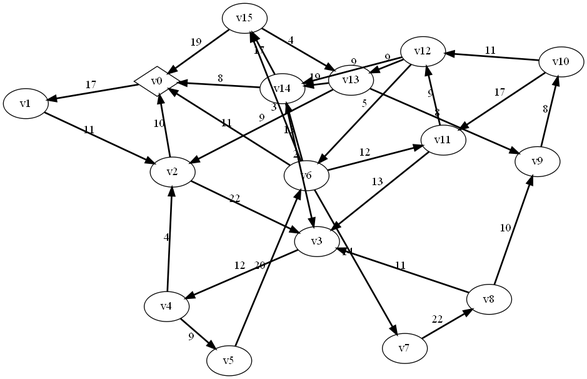
The Graphviz diagram Experiment/Dijkstra/DijkInitGraph.png in zpointS/DataStructure-Algorithm, before a commit. Its source is kept beside it as Experiment/Dijkstra/DijkInitGraph.gv.
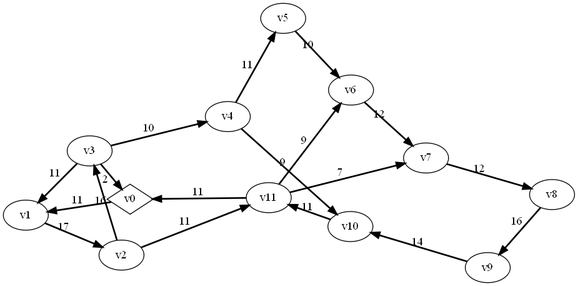
The same diagram one commit later.

What changed in the source:
```diff
@@ -1,36 +1,23 @@
 digraph DijkInitGraph {
 node [shape=ellipse];
+size="20,20";
 v0[shape=diamond];
-v0->v1[style=bold,label=17];
-v1->v2[style=bold,label=11];
-v2->v0[style=bold,label=10];
-v2->v3[style=bold,label=22];
-v3->v4[style=bold,label=12];
-v4->v2[style=bold,label=4];
-v4->v5[style=bold,label=9];
-v5->v6[style=bold,label=20];
-v6->v0[style=bold,label=11];
-v6->v7[style=bold,label=14];
-v6->v11[style=bold,label=12];
-v6->v14[style=bold,label=13];
-v6->v15[style=bold,label=3];
-v7->v8[style=bold,label=22];
-v8->v3[style=bold,label=11];
-v8->v9[style=bold,label=10];
-v9->v10[style=bold,label=8];
-v10->v11[style=bold,label=17];
-v10->v12[style=bold,label=11];
-v11->v3[style=bold,label=13];
-v11->v12[style=bold,label=9];
-v12->v6[style=bold,label=5];
-v12->v13[style=bold,label=9];
-v12->v14[style=bold,label=9];
-v13->v2[style=bold,label=9];
-v13->v9[style=bold,label=8];
-v13->v14[style=bold,label=19];
-v14->v0[style=bold,label=8];
-v14->v3[style=bold,label=2];
-v14->v15[style=bold,label=17];
-v15->v0[style=bold,label=19];
-v15->v13[style=bold,label=4];
+v0->v1[style=bold,label=11];
+v1->v2[style=bold,label=17];
+v2->v3[style=bold,label=16];
+v2->v11[style=bold,label=11];
+v3->v0[style=bold,label=2];
+v3->v1[style=bold,label=11];
+v3->v4[style=bold,label=10];
+v4->v5[style=bold,label=11];
+v4->v10[style=bold,label=9];
+v5->v6[style=bold,label=10];
+v6->v7[style=bold,label=12];
+v7->v8[style=bold,label=12];
+v8->v9[style=bold,label=16];
+v9->v10[style=bold,label=14];
+v10->v11[style=bold,label=11];
+v11->v0[style=bold,label=11];
+v11->v6[style=bold,label=9];
+v11->v7[style=bold,label=7];
 }
```
